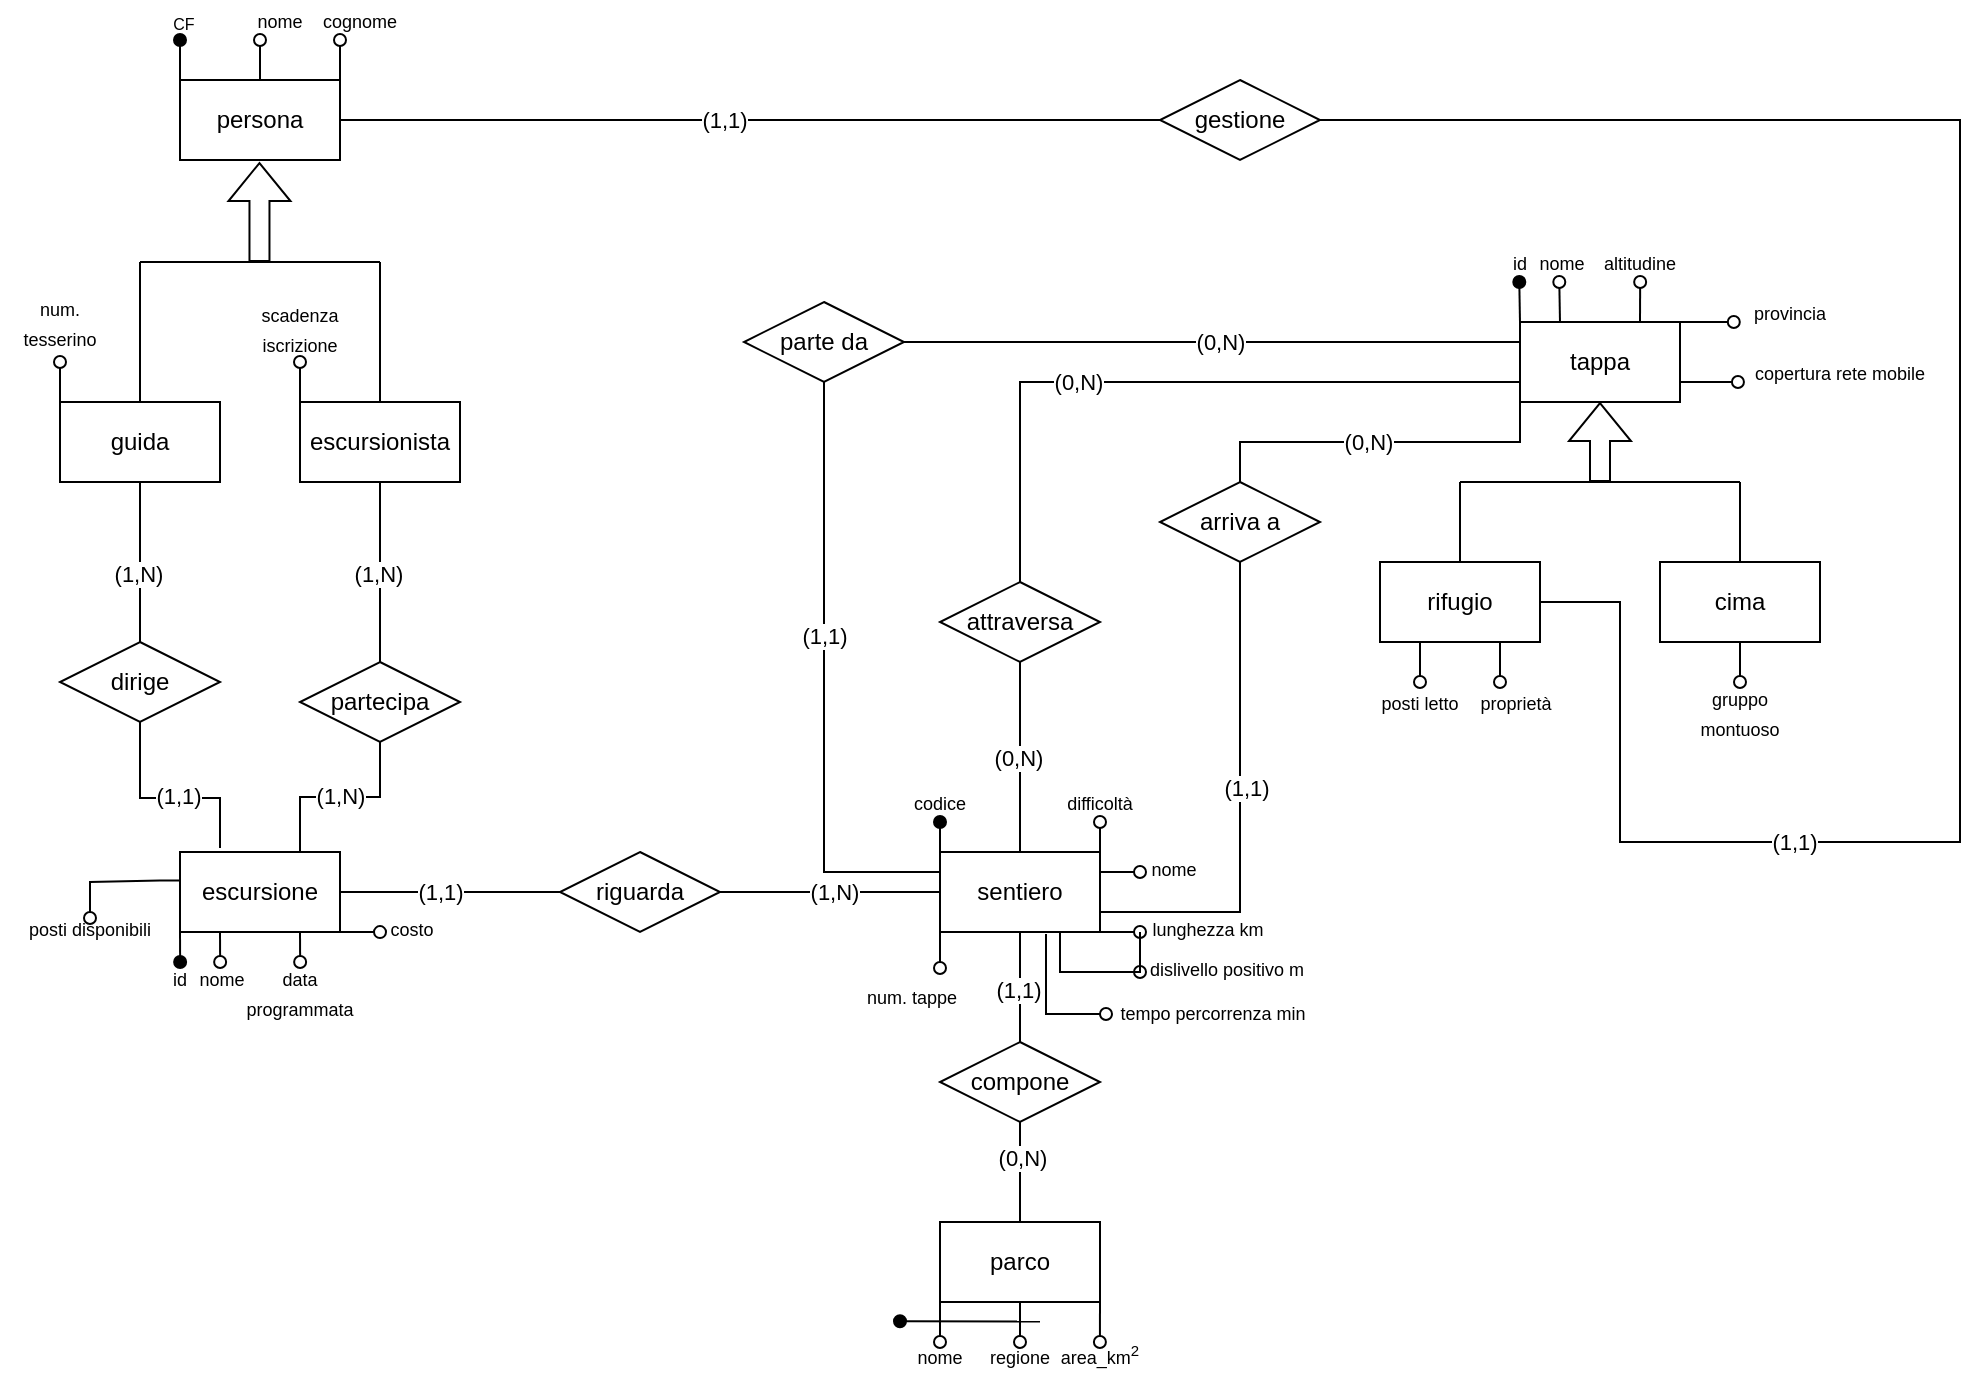
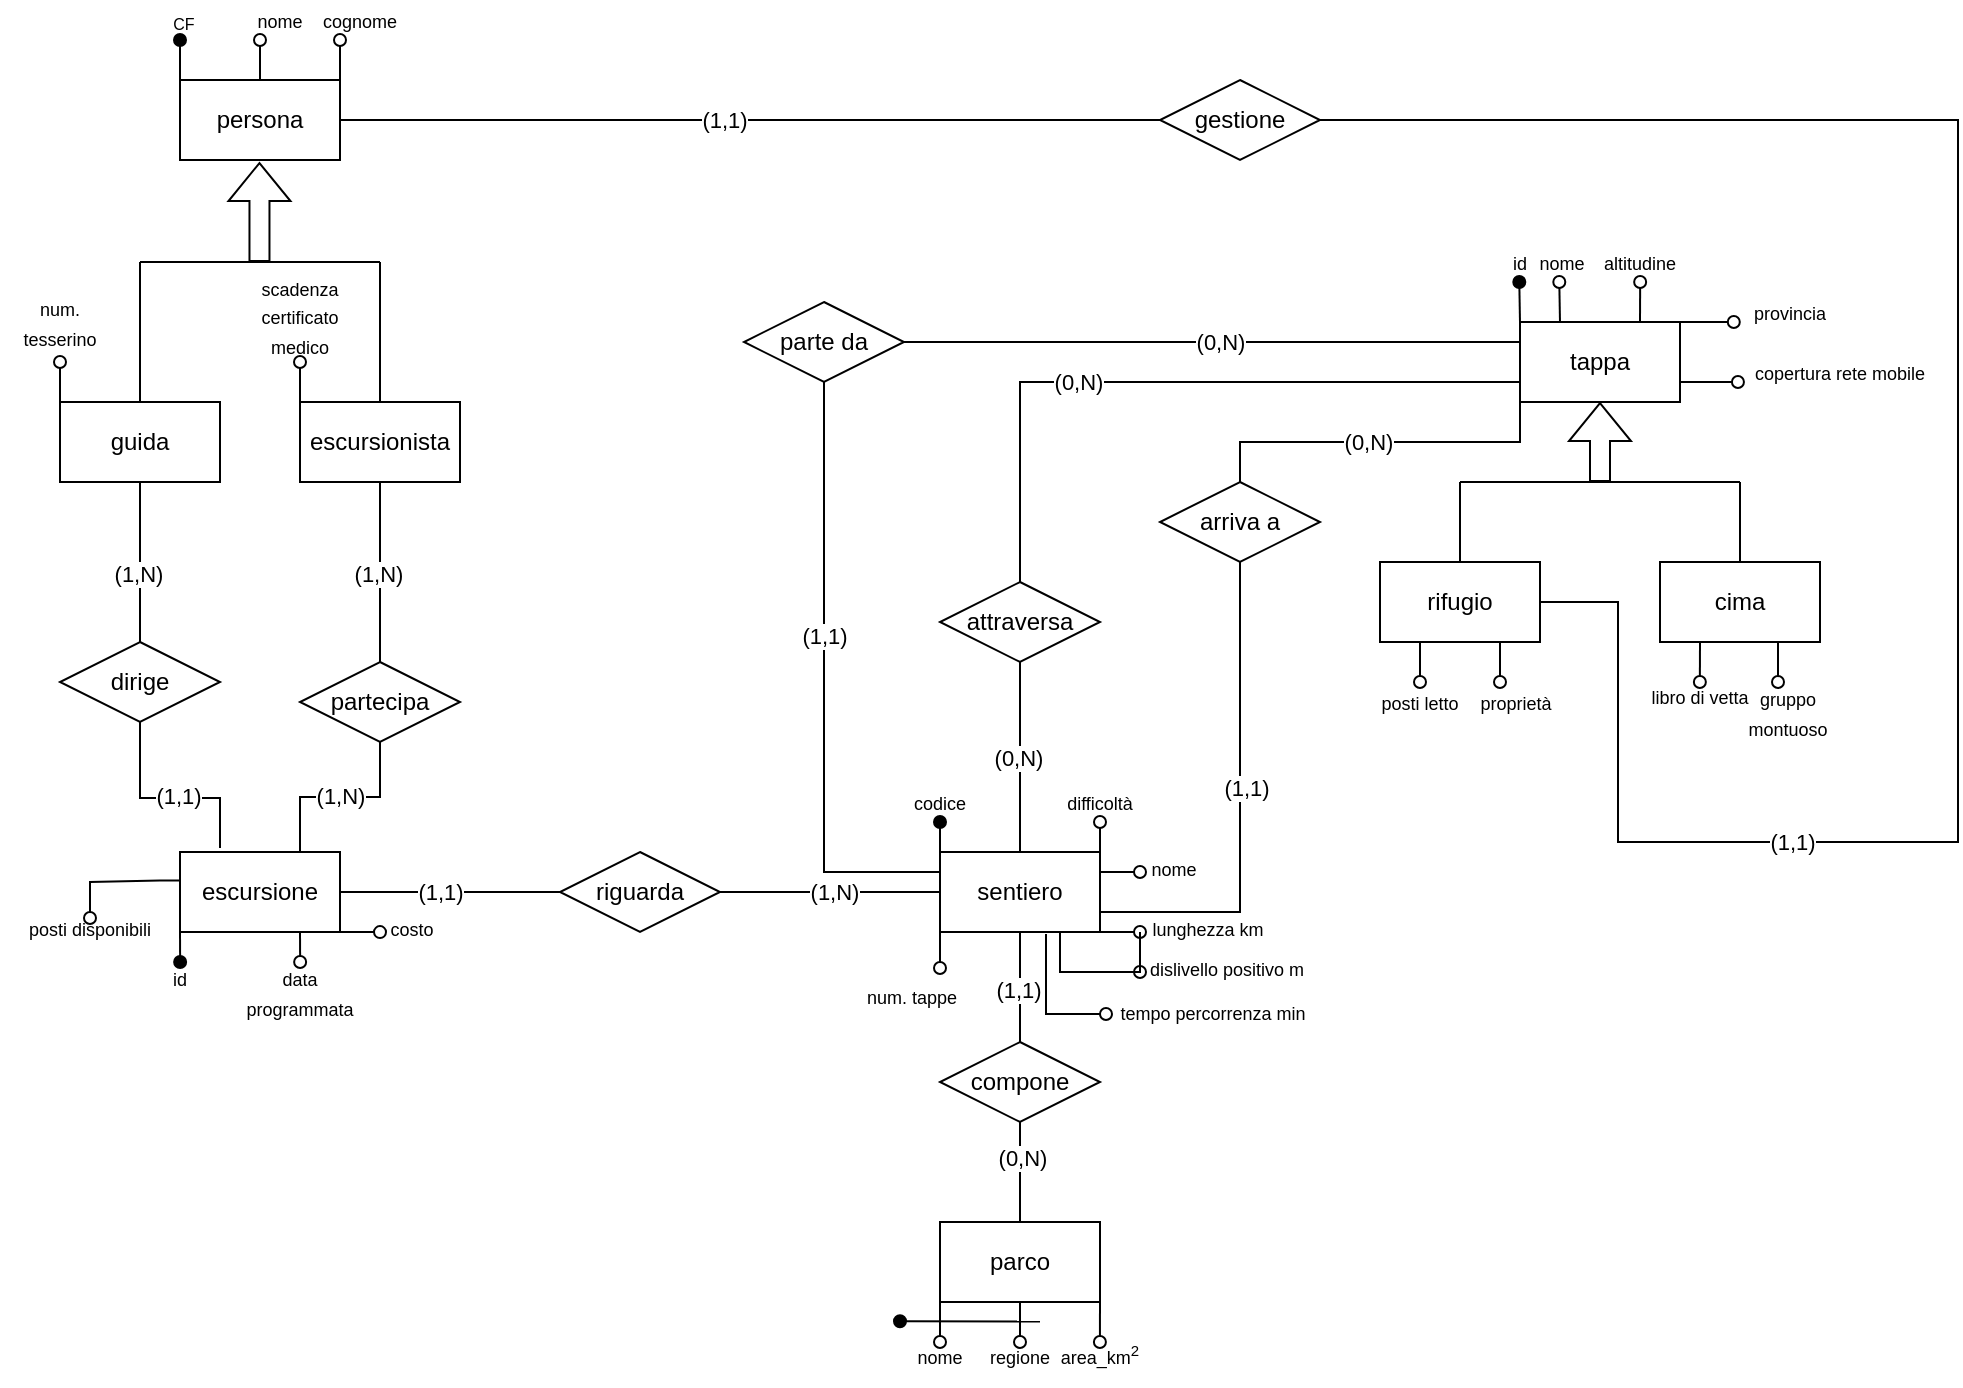
<mxfile host="app.diagrams.net">
  <diagram name="Pagina-1" id="CSESWwrJUxSe0sGHMO1a">
-     <mxGraphModel dx="544" dy="289" grid="1" gridSize="10" guides="1" tooltips="1" connect="1" arrows="1" fold="1" page="1" pageScale="1" pageWidth="827" pageHeight="1169" math="0" shadow="0">
+     <mxGraphModel dx="795" dy="1081" grid="1" gridSize="10" guides="1" tooltips="1" connect="1" arrows="1" fold="1" page="1" pageScale="1" pageWidth="827" pageHeight="1169" math="0" shadow="0">
      <root>
        <mxCell id="0" />
        <mxCell id="1" parent="0" />
-         <mxCell id="9ex2MoeZj6NMNrrvuiw8-4" edge="1" parent="1" source="b_x4sNb3qKZ5kGKKdVE0-2" style="edgeStyle=orthogonalEdgeStyle;rounded=0;orthogonalLoop=1;jettySize=auto;html=1;exitX=1;exitY=0.5;exitDx=0;exitDy=0;entryX=1;entryY=0.5;entryDx=0;entryDy=0;endArrow=none;endFill=0;" target="9ex2MoeZj6NMNrrvuiw8-2">
-           <mxGeometry relative="1" as="geometry">
-             <Array as="points">
-               <mxPoint x="1020" y="219" />
-               <mxPoint x="1020" y="580" />
-               <mxPoint x="850" y="580" />
-               <mxPoint x="850" y="460" />
-             </Array>
+         <mxCell id="9ex2MoeZj6NMNrrvuiw8-4" edge="1" parent="1" style="edgeStyle=orthogonalEdgeStyle;rounded=0;orthogonalLoop=1;jettySize=auto;html=1;exitX=1;exitY=0.5;exitDx=0;exitDy=0;entryX=1;entryY=0.5;entryDx=0;entryDy=0;endArrow=none;endFill=0;">
+           <mxGeometry relative="1" as="geometry">
+             <Array as="points">
+               <mxPoint x="1019" y="219" />
+               <mxPoint x="1019" y="580" />
+               <mxPoint x="849" y="580" />
+               <mxPoint x="849" y="460" />
+             </Array>
+             <mxPoint x="699.0000000000001" y="219" as="sourcePoint" />
+             <mxPoint x="809.0000000000001" y="460" as="targetPoint" />
          </mxGeometry>
        </mxCell>
        <mxCell id="9ex2MoeZj6NMNrrvuiw8-6" connectable="0" parent="9ex2MoeZj6NMNrrvuiw8-4" style="edgeLabel;html=1;align=center;verticalAlign=middle;resizable=0;points=[];" value="(1,1)" vertex="1">
          <mxGeometry relative="1" x="0.5125" as="geometry">
            <mxPoint as="offset" />
          </mxGeometry>
        </mxCell>
        <mxCell id="b_x4sNb3qKZ5kGKKdVE0-2" parent="1" style="rhombus;whiteSpace=wrap;html=1;" value="gestione" vertex="1">
          <mxGeometry height="40" width="80" x="620" y="199" as="geometry" />
        </mxCell>
        <mxCell id="b_x4sNb3qKZ5kGKKdVE0-3" edge="1" parent="1" source="b_x4sNb3qKZ5kGKKdVE0-4" style="endArrow=none;html=1;rounded=0;exitX=1;exitY=0.5;exitDx=0;exitDy=0;entryX=0;entryY=0.5;entryDx=0;entryDy=0;" target="b_x4sNb3qKZ5kGKKdVE0-2" value="">
          <mxGeometry height="50" relative="1" width="50" as="geometry">
            <Array as="points" />
            <mxPoint x="1281" y="679" as="sourcePoint" />
            <mxPoint x="950" y="470" as="targetPoint" />
          </mxGeometry>
        </mxCell>
        <mxCell id="9ex2MoeZj6NMNrrvuiw8-5" connectable="0" parent="b_x4sNb3qKZ5kGKKdVE0-3" style="edgeLabel;html=1;align=center;verticalAlign=middle;resizable=0;points=[];" value="(1,1)" vertex="1">
          <mxGeometry relative="1" x="-0.0661" as="geometry">
            <mxPoint as="offset" />
          </mxGeometry>
        </mxCell>
        <mxCell id="YPSTUEnGd_TaNEYFvyAr-14" edge="1" parent="1" source="b_x4sNb3qKZ5kGKKdVE0-4" style="edgeStyle=orthogonalEdgeStyle;rounded=0;orthogonalLoop=1;jettySize=auto;html=1;exitX=0;exitY=0;exitDx=0;exitDy=0;endArrow=oval;endFill=1;">
          <mxGeometry relative="1" as="geometry">
            <mxPoint x="130" y="179" as="targetPoint" />
          </mxGeometry>
        </mxCell>
        <mxCell id="YPSTUEnGd_TaNEYFvyAr-17" edge="1" parent="1" source="b_x4sNb3qKZ5kGKKdVE0-4" style="edgeStyle=orthogonalEdgeStyle;rounded=0;orthogonalLoop=1;jettySize=auto;html=1;exitX=1;exitY=0;exitDx=0;exitDy=0;endArrow=oval;endFill=0;">
          <mxGeometry relative="1" as="geometry">
            <mxPoint x="210" y="179" as="targetPoint" />
          </mxGeometry>
        </mxCell>
        <mxCell id="YPSTUEnGd_TaNEYFvyAr-18" edge="1" parent="1" source="b_x4sNb3qKZ5kGKKdVE0-4" style="edgeStyle=orthogonalEdgeStyle;rounded=0;orthogonalLoop=1;jettySize=auto;html=1;exitX=0.5;exitY=0;exitDx=0;exitDy=0;endArrow=oval;endFill=0;">
          <mxGeometry relative="1" as="geometry">
            <mxPoint x="170" y="179" as="targetPoint" />
          </mxGeometry>
        </mxCell>
        <mxCell id="b_x4sNb3qKZ5kGKKdVE0-4" parent="1" style="rounded=0;whiteSpace=wrap;html=1;" value="persona" vertex="1">
          <mxGeometry height="40" width="80" x="130" y="199" as="geometry" />
        </mxCell>
        <mxCell id="b_x4sNb3qKZ5kGKKdVE0-25" edge="1" parent="1" source="b_x4sNb3qKZ5kGKKdVE0-9" style="edgeStyle=orthogonalEdgeStyle;rounded=0;orthogonalLoop=1;jettySize=auto;html=1;exitX=0.5;exitY=1;exitDx=0;exitDy=0;entryX=0.5;entryY=0;entryDx=0;entryDy=0;endArrow=none;endFill=0;" target="b_x4sNb3qKZ5kGKKdVE0-22">
          <mxGeometry relative="1" as="geometry" />
        </mxCell>
        <mxCell id="b_x4sNb3qKZ5kGKKdVE0-33" connectable="0" parent="b_x4sNb3qKZ5kGKKdVE0-25" style="edgeLabel;html=1;align=center;verticalAlign=middle;resizable=0;points=[];" value="(1,N)" vertex="1">
          <mxGeometry relative="1" x="-0.055" y="-1" as="geometry">
            <mxPoint y="8" as="offset" />
          </mxGeometry>
        </mxCell>
        <mxCell id="YPSTUEnGd_TaNEYFvyAr-23" edge="1" parent="1" source="b_x4sNb3qKZ5kGKKdVE0-9" style="edgeStyle=orthogonalEdgeStyle;rounded=0;orthogonalLoop=1;jettySize=auto;html=1;exitX=0;exitY=0;exitDx=0;exitDy=0;endArrow=oval;endFill=0;">
          <mxGeometry relative="1" as="geometry">
            <mxPoint x="70" y="340" as="targetPoint" />
          </mxGeometry>
        </mxCell>
        <mxCell id="b_x4sNb3qKZ5kGKKdVE0-9" parent="1" style="rounded=0;whiteSpace=wrap;html=1;" value="guida" vertex="1">
          <mxGeometry height="40" width="80" x="70" y="360" as="geometry" />
        </mxCell>
        <mxCell id="b_x4sNb3qKZ5kGKKdVE0-24" edge="1" parent="1" source="b_x4sNb3qKZ5kGKKdVE0-10" style="edgeStyle=orthogonalEdgeStyle;rounded=0;orthogonalLoop=1;jettySize=auto;html=1;exitX=0.5;exitY=1;exitDx=0;exitDy=0;entryX=0.5;entryY=0;entryDx=0;entryDy=0;endArrow=none;endFill=0;" target="b_x4sNb3qKZ5kGKKdVE0-23">
          <mxGeometry relative="1" as="geometry" />
        </mxCell>
        <mxCell id="b_x4sNb3qKZ5kGKKdVE0-34" connectable="0" parent="b_x4sNb3qKZ5kGKKdVE0-24" style="edgeLabel;html=1;align=center;verticalAlign=middle;resizable=0;points=[];" value="(1,N)" vertex="1">
          <mxGeometry relative="1" x="0.02" y="-1" as="geometry">
            <mxPoint as="offset" />
          </mxGeometry>
        </mxCell>
        <mxCell id="TmGIuRS5Ewl7evkuvUc3-1" edge="1" parent="1" source="b_x4sNb3qKZ5kGKKdVE0-10" style="edgeStyle=orthogonalEdgeStyle;rounded=0;orthogonalLoop=1;jettySize=auto;html=1;exitX=0;exitY=0;exitDx=0;exitDy=0;endArrow=oval;endFill=0;">
          <mxGeometry relative="1" as="geometry">
            <mxPoint x="190" y="340" as="targetPoint" />
          </mxGeometry>
        </mxCell>
        <mxCell id="b_x4sNb3qKZ5kGKKdVE0-10" parent="1" style="rounded=0;whiteSpace=wrap;html=1;" value="escursionista" vertex="1">
          <mxGeometry height="40" width="80" x="190" y="360" as="geometry" />
        </mxCell>
        <mxCell id="b_x4sNb3qKZ5kGKKdVE0-11" edge="1" parent="1" source="b_x4sNb3qKZ5kGKKdVE0-10" style="endArrow=none;html=1;rounded=0;exitX=0.5;exitY=0;exitDx=0;exitDy=0;" value="">
          <mxGeometry height="50" relative="1" width="50" as="geometry">
            <mxPoint x="440" y="590" as="sourcePoint" />
            <mxPoint x="230" y="290" as="targetPoint" />
          </mxGeometry>
        </mxCell>
        <mxCell id="b_x4sNb3qKZ5kGKKdVE0-12" edge="1" parent="1" source="b_x4sNb3qKZ5kGKKdVE0-9" style="endArrow=none;html=1;rounded=0;exitX=0.5;exitY=0;exitDx=0;exitDy=0;" value="">
          <mxGeometry height="50" relative="1" width="50" as="geometry">
            <mxPoint x="440" y="590" as="sourcePoint" />
            <mxPoint x="110" y="290" as="targetPoint" />
          </mxGeometry>
        </mxCell>
        <mxCell id="b_x4sNb3qKZ5kGKKdVE0-30" edge="1" parent="1" style="edgeStyle=orthogonalEdgeStyle;rounded=0;orthogonalLoop=1;jettySize=auto;html=1;exitX=0.5;exitY=1;exitDx=0;exitDy=0;entryX=0.25;entryY=0;entryDx=0;entryDy=0;endArrow=none;endFill=0;">
          <mxGeometry relative="1" as="geometry">
            <Array as="points">
              <mxPoint x="110" y="558" />
              <mxPoint x="150" y="558" />
            </Array>
            <mxPoint x="110" y="518" as="sourcePoint" />
            <mxPoint x="150" y="583" as="targetPoint" />
          </mxGeometry>
        </mxCell>
        <mxCell id="b_x4sNb3qKZ5kGKKdVE0-32" connectable="0" parent="b_x4sNb3qKZ5kGKKdVE0-30" style="edgeLabel;html=1;align=center;verticalAlign=middle;resizable=0;points=[];" value="(1,1)" vertex="1">
          <mxGeometry relative="1" x="0.0467" y="1" as="geometry">
            <mxPoint x="4" as="offset" />
          </mxGeometry>
        </mxCell>
        <mxCell id="b_x4sNb3qKZ5kGKKdVE0-22" parent="1" style="rhombus;whiteSpace=wrap;html=1;" value="dirige" vertex="1">
          <mxGeometry height="40" width="80" x="70" y="480" as="geometry" />
        </mxCell>
        <mxCell id="b_x4sNb3qKZ5kGKKdVE0-29" edge="1" parent="1" source="b_x4sNb3qKZ5kGKKdVE0-23" style="edgeStyle=orthogonalEdgeStyle;rounded=0;orthogonalLoop=1;jettySize=auto;html=1;exitX=0.5;exitY=1;exitDx=0;exitDy=0;entryX=0.75;entryY=0;entryDx=0;entryDy=0;endArrow=none;endFill=0;" target="b_x4sNb3qKZ5kGKKdVE0-27">
          <mxGeometry relative="1" as="geometry">
            <mxPoint x="340" y="560" as="targetPoint" />
          </mxGeometry>
        </mxCell>
        <mxCell id="b_x4sNb3qKZ5kGKKdVE0-31" connectable="0" parent="b_x4sNb3qKZ5kGKKdVE0-29" style="edgeLabel;html=1;align=center;verticalAlign=middle;resizable=0;points=[];" value="(1,N)" vertex="1">
          <mxGeometry relative="1" x="-0.0467" y="-1" as="geometry">
            <mxPoint x="-2" as="offset" />
          </mxGeometry>
        </mxCell>
        <mxCell id="b_x4sNb3qKZ5kGKKdVE0-23" parent="1" style="rhombus;whiteSpace=wrap;html=1;" value="partecipa" vertex="1">
          <mxGeometry height="40" width="80" x="190" y="490" as="geometry" />
        </mxCell>
        <mxCell id="b_x4sNb3qKZ5kGKKdVE0-37" edge="1" parent="1" source="b_x4sNb3qKZ5kGKKdVE0-27" style="edgeStyle=orthogonalEdgeStyle;rounded=0;orthogonalLoop=1;jettySize=auto;html=1;exitX=1;exitY=0.5;exitDx=0;exitDy=0;entryX=0;entryY=0.5;entryDx=0;entryDy=0;endArrow=none;endFill=0;" target="b_x4sNb3qKZ5kGKKdVE0-36">
          <mxGeometry relative="1" as="geometry" />
        </mxCell>
        <mxCell id="b_x4sNb3qKZ5kGKKdVE0-38" connectable="0" parent="b_x4sNb3qKZ5kGKKdVE0-37" style="edgeLabel;html=1;align=center;verticalAlign=middle;resizable=0;points=[];" value="(1,1)" vertex="1">
          <mxGeometry relative="1" x="-0.0986" as="geometry">
            <mxPoint as="offset" />
          </mxGeometry>
        </mxCell>
        <mxCell id="YPSTUEnGd_TaNEYFvyAr-58" edge="1" parent="1" source="b_x4sNb3qKZ5kGKKdVE0-27" style="edgeStyle=orthogonalEdgeStyle;rounded=0;orthogonalLoop=1;jettySize=auto;html=1;exitX=0;exitY=1;exitDx=0;exitDy=0;endArrow=oval;endFill=1;">
          <mxGeometry relative="1" as="geometry">
            <mxPoint x="130.07228915662648" y="640" as="targetPoint" />
          </mxGeometry>
        </mxCell>
-         <mxCell id="YPSTUEnGd_TaNEYFvyAr-60" edge="1" parent="1" source="b_x4sNb3qKZ5kGKKdVE0-27" style="edgeStyle=orthogonalEdgeStyle;rounded=0;orthogonalLoop=1;jettySize=auto;html=1;exitX=0.25;exitY=1;exitDx=0;exitDy=0;endArrow=oval;endFill=0;">
-           <mxGeometry relative="1" as="geometry">
-             <mxPoint x="150.07228915662648" y="640" as="targetPoint" />
-           </mxGeometry>
-         </mxCell>
        <mxCell id="YPSTUEnGd_TaNEYFvyAr-62" edge="1" parent="1" source="b_x4sNb3qKZ5kGKKdVE0-27" style="edgeStyle=orthogonalEdgeStyle;rounded=0;orthogonalLoop=1;jettySize=auto;html=1;exitX=0.75;exitY=1;exitDx=0;exitDy=0;endArrow=oval;endFill=0;">
          <mxGeometry relative="1" as="geometry">
            <mxPoint x="190.07228915662648" y="640" as="targetPoint" />
          </mxGeometry>
        </mxCell>
        <mxCell id="YPSTUEnGd_TaNEYFvyAr-64" edge="1" parent="1" source="b_x4sNb3qKZ5kGKKdVE0-27" style="edgeStyle=orthogonalEdgeStyle;rounded=0;orthogonalLoop=1;jettySize=auto;html=1;exitX=1;exitY=1;exitDx=0;exitDy=0;endArrow=oval;endFill=0;">
          <mxGeometry relative="1" as="geometry">
            <mxPoint x="230" y="625.0481927710842" as="targetPoint" />
          </mxGeometry>
        </mxCell>
        <mxCell id="b_x4sNb3qKZ5kGKKdVE0-27" parent="1" style="rounded=0;whiteSpace=wrap;html=1;" value="escursione" vertex="1">
          <mxGeometry height="40" width="80" x="130" y="585" as="geometry" />
        </mxCell>
        <mxCell id="b_x4sNb3qKZ5kGKKdVE0-45" edge="1" parent="1" source="b_x4sNb3qKZ5kGKKdVE0-35" style="edgeStyle=orthogonalEdgeStyle;rounded=0;orthogonalLoop=1;jettySize=auto;html=1;endArrow=none;endFill=0;" target="b_x4sNb3qKZ5kGKKdVE0-43" value="">
          <mxGeometry relative="1" as="geometry" />
        </mxCell>
        <mxCell id="b_x4sNb3qKZ5kGKKdVE0-47" connectable="0" parent="b_x4sNb3qKZ5kGKKdVE0-45" style="edgeLabel;html=1;align=center;verticalAlign=middle;resizable=0;points=[];" value="(0,N)" vertex="1">
          <mxGeometry relative="1" x="0.005" y="1" as="geometry">
            <mxPoint as="offset" />
          </mxGeometry>
        </mxCell>
        <mxCell id="YPSTUEnGd_TaNEYFvyAr-37" edge="1" parent="1" source="b_x4sNb3qKZ5kGKKdVE0-35" style="edgeStyle=orthogonalEdgeStyle;rounded=0;orthogonalLoop=1;jettySize=auto;html=1;exitX=0;exitY=0;exitDx=0;exitDy=0;endArrow=oval;endFill=1;">
          <mxGeometry relative="1" as="geometry">
            <mxPoint x="510" y="570" as="targetPoint" />
          </mxGeometry>
        </mxCell>
        <mxCell id="YPSTUEnGd_TaNEYFvyAr-39" edge="1" parent="1" source="b_x4sNb3qKZ5kGKKdVE0-35" style="edgeStyle=orthogonalEdgeStyle;rounded=0;orthogonalLoop=1;jettySize=auto;html=1;exitX=1;exitY=0;exitDx=0;exitDy=0;endArrow=oval;endFill=0;">
          <mxGeometry relative="1" as="geometry">
            <mxPoint x="590" y="570" as="targetPoint" />
          </mxGeometry>
        </mxCell>
        <mxCell id="YPSTUEnGd_TaNEYFvyAr-41" edge="1" parent="1" source="b_x4sNb3qKZ5kGKKdVE0-35" style="edgeStyle=orthogonalEdgeStyle;rounded=0;orthogonalLoop=1;jettySize=auto;html=1;exitX=1;exitY=0.25;exitDx=0;exitDy=0;endArrow=oval;endFill=0;">
          <mxGeometry relative="1" as="geometry">
            <mxPoint x="610" y="595" as="targetPoint" />
          </mxGeometry>
        </mxCell>
        <mxCell id="YPSTUEnGd_TaNEYFvyAr-43" edge="1" parent="1" source="b_x4sNb3qKZ5kGKKdVE0-35" style="edgeStyle=orthogonalEdgeStyle;rounded=0;orthogonalLoop=1;jettySize=auto;html=1;exitX=1;exitY=1;exitDx=0;exitDy=0;endArrow=oval;endFill=0;">
          <mxGeometry relative="1" as="geometry">
            <mxPoint x="610" y="625" as="targetPoint" />
          </mxGeometry>
        </mxCell>
        <mxCell id="YPSTUEnGd_TaNEYFvyAr-46" edge="1" parent="1" source="b_x4sNb3qKZ5kGKKdVE0-35" style="edgeStyle=orthogonalEdgeStyle;rounded=0;orthogonalLoop=1;jettySize=auto;html=1;exitX=0.75;exitY=1;exitDx=0;exitDy=0;endArrow=oval;endFill=0;">
          <mxGeometry relative="1" as="geometry">
            <mxPoint x="610" y="645" as="targetPoint" />
          </mxGeometry>
        </mxCell>
        <mxCell id="YPSTUEnGd_TaNEYFvyAr-71" edge="1" parent="1" source="b_x4sNb3qKZ5kGKKdVE0-35" style="edgeStyle=orthogonalEdgeStyle;rounded=0;orthogonalLoop=1;jettySize=auto;html=1;exitX=0;exitY=1;exitDx=0;exitDy=0;endArrow=oval;endFill=0;">
          <mxGeometry relative="1" as="geometry">
            <mxPoint x="510" y="618" as="sourcePoint" />
            <mxPoint x="510" y="643" as="targetPoint" />
          </mxGeometry>
        </mxCell>
        <mxCell id="YPSTUEnGd_TaNEYFvyAr-73" edge="1" parent="1" source="b_x4sNb3qKZ5kGKKdVE0-35" style="edgeStyle=orthogonalEdgeStyle;rounded=0;orthogonalLoop=1;jettySize=auto;html=1;exitX=0;exitY=0.25;exitDx=0;exitDy=0;endArrow=none;endFill=0;entryX=0.5;entryY=1;entryDx=0;entryDy=0;" target="YPSTUEnGd_TaNEYFvyAr-74">
          <mxGeometry relative="1" as="geometry">
            <mxPoint x="440" y="330" as="targetPoint" />
          </mxGeometry>
        </mxCell>
        <mxCell id="YPSTUEnGd_TaNEYFvyAr-76" connectable="0" parent="YPSTUEnGd_TaNEYFvyAr-73" style="edgeLabel;html=1;align=center;verticalAlign=middle;resizable=0;points=[];" value="(1,1)" vertex="1">
          <mxGeometry relative="1" x="0.1627" as="geometry">
            <mxPoint as="offset" />
          </mxGeometry>
        </mxCell>
        <mxCell id="YPSTUEnGd_TaNEYFvyAr-78" edge="1" parent="1" source="b_x4sNb3qKZ5kGKKdVE0-35" style="edgeStyle=orthogonalEdgeStyle;rounded=0;orthogonalLoop=1;jettySize=auto;html=1;exitX=1;exitY=0.75;exitDx=0;exitDy=0;entryX=0.5;entryY=1;entryDx=0;entryDy=0;endArrow=none;endFill=0;" target="YPSTUEnGd_TaNEYFvyAr-79">
          <mxGeometry relative="1" as="geometry">
            <mxPoint x="1100" y="615" as="targetPoint" />
          </mxGeometry>
        </mxCell>
        <mxCell id="YPSTUEnGd_TaNEYFvyAr-80" connectable="0" parent="YPSTUEnGd_TaNEYFvyAr-78" style="edgeLabel;html=1;align=center;verticalAlign=middle;resizable=0;points=[];" value="(1,1)" vertex="1">
          <mxGeometry relative="1" x="0.0624" y="-3" as="geometry">
            <mxPoint y="-2" as="offset" />
          </mxGeometry>
        </mxCell>
        <mxCell id="b_x4sNb3qKZ5kGKKdVE0-35" parent="1" style="rounded=0;whiteSpace=wrap;html=1;" value="sentiero" vertex="1">
          <mxGeometry height="40" width="80" x="510" y="585" as="geometry" />
        </mxCell>
        <mxCell id="b_x4sNb3qKZ5kGKKdVE0-39" edge="1" parent="1" source="b_x4sNb3qKZ5kGKKdVE0-36" style="edgeStyle=orthogonalEdgeStyle;rounded=0;orthogonalLoop=1;jettySize=auto;html=1;exitX=1;exitY=0.5;exitDx=0;exitDy=0;entryX=0;entryY=0.5;entryDx=0;entryDy=0;endArrow=none;endFill=0;" target="b_x4sNb3qKZ5kGKKdVE0-35">
          <mxGeometry relative="1" as="geometry" />
        </mxCell>
        <mxCell id="b_x4sNb3qKZ5kGKKdVE0-42" connectable="0" parent="b_x4sNb3qKZ5kGKKdVE0-39" style="edgeLabel;html=1;align=center;verticalAlign=middle;resizable=0;points=[];" value="(1,N)" vertex="1">
          <mxGeometry relative="1" x="0.0405" as="geometry">
            <mxPoint as="offset" />
          </mxGeometry>
        </mxCell>
        <mxCell id="b_x4sNb3qKZ5kGKKdVE0-36" parent="1" style="rhombus;whiteSpace=wrap;html=1;" value="riguarda" vertex="1">
          <mxGeometry height="40" width="80" x="320" y="585" as="geometry" />
        </mxCell>
        <mxCell id="b_x4sNb3qKZ5kGKKdVE0-46" edge="1" parent="1" source="b_x4sNb3qKZ5kGKKdVE0-43" style="edgeStyle=orthogonalEdgeStyle;rounded=0;orthogonalLoop=1;jettySize=auto;html=1;exitX=0.5;exitY=0;exitDx=0;exitDy=0;entryX=0;entryY=0.75;entryDx=0;entryDy=0;endArrow=none;endFill=0;" target="b_x4sNb3qKZ5kGKKdVE0-44">
          <mxGeometry relative="1" as="geometry" />
        </mxCell>
        <mxCell id="b_x4sNb3qKZ5kGKKdVE0-48" connectable="0" parent="b_x4sNb3qKZ5kGKKdVE0-46" style="edgeLabel;html=1;align=center;verticalAlign=middle;resizable=0;points=[];" value="(0,N)" vertex="1">
          <mxGeometry relative="1" x="-0.2644" as="geometry">
            <mxPoint as="offset" />
          </mxGeometry>
        </mxCell>
        <mxCell id="b_x4sNb3qKZ5kGKKdVE0-43" parent="1" style="rhombus;whiteSpace=wrap;html=1;" value="attraversa" vertex="1">
          <mxGeometry height="40" width="80" x="510" y="450" as="geometry" />
        </mxCell>
        <mxCell id="YPSTUEnGd_TaNEYFvyAr-48" edge="1" parent="1" source="b_x4sNb3qKZ5kGKKdVE0-44" style="edgeStyle=orthogonalEdgeStyle;rounded=0;orthogonalLoop=1;jettySize=auto;html=1;exitX=0;exitY=0;exitDx=0;exitDy=0;endArrow=oval;endFill=1;">
          <mxGeometry relative="1" as="geometry">
            <mxPoint x="799.6521739130435" y="300" as="targetPoint" />
          </mxGeometry>
        </mxCell>
        <mxCell id="YPSTUEnGd_TaNEYFvyAr-49" edge="1" parent="1" source="b_x4sNb3qKZ5kGKKdVE0-44" style="edgeStyle=orthogonalEdgeStyle;rounded=0;orthogonalLoop=1;jettySize=auto;html=1;exitX=0.25;exitY=0;exitDx=0;exitDy=0;endArrow=oval;endFill=0;">
          <mxGeometry relative="1" as="geometry">
            <mxPoint x="819.6521739130435" y="300" as="targetPoint" />
          </mxGeometry>
        </mxCell>
        <mxCell id="YPSTUEnGd_TaNEYFvyAr-52" edge="1" parent="1" source="b_x4sNb3qKZ5kGKKdVE0-44" style="edgeStyle=orthogonalEdgeStyle;rounded=0;orthogonalLoop=1;jettySize=auto;html=1;exitX=0.75;exitY=0;exitDx=0;exitDy=0;endArrow=oval;endFill=0;">
          <mxGeometry relative="1" as="geometry">
            <mxPoint x="860.0808080808081" y="300" as="targetPoint" />
          </mxGeometry>
        </mxCell>
        <mxCell id="YPSTUEnGd_TaNEYFvyAr-81" edge="1" parent="1" source="b_x4sNb3qKZ5kGKKdVE0-44" style="edgeStyle=orthogonalEdgeStyle;rounded=0;orthogonalLoop=1;jettySize=auto;html=1;exitX=0;exitY=1;exitDx=0;exitDy=0;endArrow=none;endFill=0;" target="YPSTUEnGd_TaNEYFvyAr-79">
          <mxGeometry relative="1" as="geometry" />
        </mxCell>
        <mxCell id="YPSTUEnGd_TaNEYFvyAr-82" connectable="0" parent="YPSTUEnGd_TaNEYFvyAr-81" style="edgeLabel;html=1;align=center;verticalAlign=middle;resizable=0;points=[];" value="(0,N)" vertex="1">
          <mxGeometry relative="1" x="0.0662" as="geometry">
            <mxPoint as="offset" />
          </mxGeometry>
        </mxCell>
        <mxCell id="b_x4sNb3qKZ5kGKKdVE0-44" parent="1" style="rounded=0;whiteSpace=wrap;html=1;" value="tappa" vertex="1">
          <mxGeometry height="40" width="80" x="800" y="320" as="geometry" />
        </mxCell>
        <mxCell id="b_x4sNb3qKZ5kGKKdVE0-50" edge="1" parent="1" style="shape=flexArrow;endArrow=classic;html=1;rounded=0;entryX=0.5;entryY=1;entryDx=0;entryDy=0;fillColor=#FFFFFF;" target="b_x4sNb3qKZ5kGKKdVE0-44" value="">
          <mxGeometry height="50" relative="1" width="50" as="geometry">
            <mxPoint x="840" y="400" as="sourcePoint" />
            <mxPoint x="870" y="380" as="targetPoint" />
          </mxGeometry>
        </mxCell>
        <mxCell id="b_x4sNb3qKZ5kGKKdVE0-51" edge="1" parent="1" style="endArrow=none;html=1;rounded=0;" value="">
          <mxGeometry height="50" relative="1" width="50" as="geometry">
            <Array as="points">
              <mxPoint x="845" y="400" />
            </Array>
            <mxPoint x="770" y="400" as="sourcePoint" />
            <mxPoint x="910" y="400" as="targetPoint" />
          </mxGeometry>
        </mxCell>
        <mxCell id="b_x4sNb3qKZ5kGKKdVE0-53" edge="1" parent="1" style="endArrow=none;html=1;rounded=0;exitX=0.5;exitY=0;exitDx=0;exitDy=0;" value="">
          <mxGeometry height="50" relative="1" width="50" as="geometry">
            <mxPoint x="770" y="440" as="sourcePoint" />
            <mxPoint x="770" y="400" as="targetPoint" />
          </mxGeometry>
        </mxCell>
        <mxCell id="b_x4sNb3qKZ5kGKKdVE0-54" edge="1" parent="1" source="b_x4sNb3qKZ5kGKKdVE0-62" style="endArrow=none;html=1;rounded=0;exitX=0.5;exitY=0;exitDx=0;exitDy=0;" value="">
          <mxGeometry height="50" relative="1" width="50" as="geometry">
            <mxPoint x="850" y="440" as="sourcePoint" />
            <mxPoint x="910" y="400" as="targetPoint" />
          </mxGeometry>
        </mxCell>
-         <mxCell id="YPSTUEnGd_TaNEYFvyAr-35" edge="1" parent="1" source="b_x4sNb3qKZ5kGKKdVE0-62" style="edgeStyle=orthogonalEdgeStyle;rounded=0;orthogonalLoop=1;jettySize=auto;html=1;exitX=0.5;exitY=1;exitDx=0;exitDy=0;endArrow=oval;endFill=0;">
-           <mxGeometry relative="1" as="geometry">
-             <mxPoint x="910" y="500" as="targetPoint" />
+         <mxCell id="YPSTUEnGd_TaNEYFvyAr-35" edge="1" parent="1" style="edgeStyle=orthogonalEdgeStyle;rounded=0;orthogonalLoop=1;jettySize=auto;html=1;exitX=0.5;exitY=1;exitDx=0;exitDy=0;endArrow=oval;endFill=0;">
+           <mxGeometry relative="1" as="geometry">
+             <mxPoint x="929" y="480" as="sourcePoint" />
+             <mxPoint x="929" y="500" as="targetPoint" />
+           </mxGeometry>
+         </mxCell>
+         <mxCell id="DuqvcHwNcsmjir74ujeu-3" edge="1" parent="1" source="b_x4sNb3qKZ5kGKKdVE0-62" style="edgeStyle=orthogonalEdgeStyle;rounded=0;orthogonalLoop=1;jettySize=auto;html=1;exitX=0.25;exitY=1;exitDx=0;exitDy=0;endArrow=oval;endFill=0;">
+           <mxGeometry relative="1" as="geometry">
+             <mxPoint x="889.9354838709678" y="500" as="targetPoint" />
          </mxGeometry>
        </mxCell>
        <mxCell id="b_x4sNb3qKZ5kGKKdVE0-62" parent="1" style="rounded=0;whiteSpace=wrap;html=1;" value="cima" vertex="1">
          <mxGeometry height="40" width="80" x="870" y="440" as="geometry" />
        </mxCell>
        <mxCell id="YPSTUEnGd_TaNEYFvyAr-29" edge="1" parent="1" source="b_x4sNb3qKZ5kGKKdVE0-64" style="edgeStyle=orthogonalEdgeStyle;rounded=0;orthogonalLoop=1;jettySize=auto;html=1;exitX=0;exitY=1;exitDx=0;exitDy=0;endArrow=oval;endFill=0;">
          <mxGeometry relative="1" as="geometry">
            <mxPoint x="510" y="830" as="targetPoint" />
          </mxGeometry>
        </mxCell>
        <mxCell id="YPSTUEnGd_TaNEYFvyAr-31" edge="1" parent="1" source="b_x4sNb3qKZ5kGKKdVE0-64" style="edgeStyle=orthogonalEdgeStyle;rounded=0;orthogonalLoop=1;jettySize=auto;html=1;exitX=0.5;exitY=1;exitDx=0;exitDy=0;endArrow=oval;endFill=0;">
          <mxGeometry relative="1" as="geometry">
            <mxPoint x="550" y="830" as="targetPoint" />
          </mxGeometry>
        </mxCell>
        <mxCell id="DuqvcHwNcsmjir74ujeu-1" edge="1" parent="1" source="b_x4sNb3qKZ5kGKKdVE0-64" style="edgeStyle=orthogonalEdgeStyle;rounded=0;orthogonalLoop=1;jettySize=auto;html=1;exitX=1;exitY=1;exitDx=0;exitDy=0;endArrow=oval;endFill=0;">
          <mxGeometry relative="1" as="geometry">
            <mxPoint x="589.953488372093" y="830" as="targetPoint" />
          </mxGeometry>
        </mxCell>
        <mxCell id="b_x4sNb3qKZ5kGKKdVE0-64" parent="1" style="rounded=0;whiteSpace=wrap;html=1;" value="parco" vertex="1">
          <mxGeometry height="40" width="80" x="510" y="770" as="geometry" />
        </mxCell>
        <mxCell id="b_x4sNb3qKZ5kGKKdVE0-67" edge="1" parent="1" source="b_x4sNb3qKZ5kGKKdVE0-66" style="edgeStyle=orthogonalEdgeStyle;rounded=0;orthogonalLoop=1;jettySize=auto;html=1;exitX=0.5;exitY=1;exitDx=0;exitDy=0;entryX=0.5;entryY=0;entryDx=0;entryDy=0;endArrow=none;endFill=0;" target="b_x4sNb3qKZ5kGKKdVE0-64">
          <mxGeometry relative="1" as="geometry" />
        </mxCell>
        <mxCell id="b_x4sNb3qKZ5kGKKdVE0-71" connectable="0" parent="b_x4sNb3qKZ5kGKKdVE0-67" style="edgeLabel;html=1;align=center;verticalAlign=middle;resizable=0;points=[];" value="(0,N)" vertex="1">
          <mxGeometry relative="1" x="-0.2999" y="1" as="geometry">
            <mxPoint as="offset" />
          </mxGeometry>
        </mxCell>
        <mxCell id="b_x4sNb3qKZ5kGKKdVE0-68" edge="1" parent="1" source="b_x4sNb3qKZ5kGKKdVE0-66" style="edgeStyle=orthogonalEdgeStyle;rounded=0;orthogonalLoop=1;jettySize=auto;html=1;exitX=0.5;exitY=0;exitDx=0;exitDy=0;entryX=0.5;entryY=1;entryDx=0;entryDy=0;endArrow=none;endFill=0;" target="b_x4sNb3qKZ5kGKKdVE0-35">
          <mxGeometry relative="1" as="geometry" />
        </mxCell>
        <mxCell id="b_x4sNb3qKZ5kGKKdVE0-69" connectable="0" parent="b_x4sNb3qKZ5kGKKdVE0-68" style="edgeLabel;html=1;align=center;verticalAlign=middle;resizable=0;points=[];" value="(1,1)" vertex="1">
          <mxGeometry relative="1" x="-0.0572" y="2" as="geometry">
            <mxPoint x="1" as="offset" />
          </mxGeometry>
        </mxCell>
        <mxCell id="b_x4sNb3qKZ5kGKKdVE0-66" parent="1" style="rhombus;whiteSpace=wrap;html=1;" value="compone" vertex="1">
          <mxGeometry height="40" width="80" x="510" y="680" as="geometry" />
        </mxCell>
        <mxCell id="YPSTUEnGd_TaNEYFvyAr-15" parent="1" style="text;html=1;whiteSpace=wrap;strokeColor=none;fillColor=none;align=center;verticalAlign=middle;rounded=0;fontSize=8;" value="CF" vertex="1">
          <mxGeometry height="20" width="40" x="112" y="160.5" as="geometry" />
        </mxCell>
        <mxCell id="YPSTUEnGd_TaNEYFvyAr-19" parent="1" style="text;html=1;whiteSpace=wrap;strokeColor=none;fillColor=none;align=center;verticalAlign=middle;rounded=0;" value="&lt;font style=&quot;font-size: 9px;&quot;&gt;nome&lt;/font&gt;" vertex="1">
          <mxGeometry height="20" width="40" x="160" y="159" as="geometry" />
        </mxCell>
        <mxCell id="YPSTUEnGd_TaNEYFvyAr-20" parent="1" style="text;html=1;whiteSpace=wrap;strokeColor=none;fillColor=none;align=center;verticalAlign=middle;rounded=0;" value="&lt;font style=&quot;font-size: 9px;&quot;&gt;cognome&lt;/font&gt;" vertex="1">
          <mxGeometry height="15" width="40" x="200" y="161.5" as="geometry" />
        </mxCell>
        <mxCell id="YPSTUEnGd_TaNEYFvyAr-24" parent="1" style="text;html=1;whiteSpace=wrap;strokeColor=none;fillColor=none;align=center;verticalAlign=middle;rounded=0;" value="&lt;font style=&quot;font-size: 9px;&quot;&gt;num. tesserino&lt;/font&gt;" vertex="1">
          <mxGeometry height="20" width="60" x="40" y="310" as="geometry" />
        </mxCell>
        <mxCell id="YPSTUEnGd_TaNEYFvyAr-30" parent="1" style="text;html=1;whiteSpace=wrap;strokeColor=none;fillColor=none;align=center;verticalAlign=middle;rounded=0;" value="&lt;font style=&quot;font-size: 9px;&quot;&gt;nome&lt;/font&gt;" vertex="1">
          <mxGeometry height="30" width="60" x="480" y="822" as="geometry" />
        </mxCell>
        <mxCell id="YPSTUEnGd_TaNEYFvyAr-32" parent="1" style="text;html=1;whiteSpace=wrap;strokeColor=none;fillColor=none;align=center;verticalAlign=middle;rounded=0;" value="&lt;font style=&quot;font-size: 9px;&quot;&gt;regione&lt;/font&gt;" vertex="1">
          <mxGeometry height="30" width="60" x="520" y="822" as="geometry" />
        </mxCell>
        <mxCell id="YPSTUEnGd_TaNEYFvyAr-34" edge="1" parent="1" style="endArrow=none;html=1;rounded=0;startArrow=oval;startFill=1;" value="">
          <mxGeometry height="50" relative="1" width="50" as="geometry">
            <mxPoint x="490" y="819.5999999999999" as="sourcePoint" />
            <mxPoint x="560" y="819.8" as="targetPoint" />
          </mxGeometry>
        </mxCell>
        <mxCell id="YPSTUEnGd_TaNEYFvyAr-36" parent="1" style="text;html=1;whiteSpace=wrap;strokeColor=none;fillColor=none;align=center;verticalAlign=middle;rounded=0;" value="&lt;font style=&quot;font-size: 9px;&quot;&gt;gruppo montuoso&lt;/font&gt;" vertex="1">
-           <mxGeometry height="30" width="60" x="880" y="500" as="geometry" />
+           <mxGeometry height="30" width="60" x="904" y="500" as="geometry" />
        </mxCell>
        <mxCell id="YPSTUEnGd_TaNEYFvyAr-38" parent="1" style="text;html=1;whiteSpace=wrap;strokeColor=none;fillColor=none;align=center;verticalAlign=middle;rounded=0;" value="&lt;font style=&quot;font-size: 9px;&quot;&gt;codice&lt;/font&gt;" vertex="1">
          <mxGeometry height="20" width="40" x="490" y="550" as="geometry" />
        </mxCell>
        <mxCell id="YPSTUEnGd_TaNEYFvyAr-40" parent="1" style="text;html=1;whiteSpace=wrap;strokeColor=none;fillColor=none;align=center;verticalAlign=middle;rounded=0;" value="&lt;font style=&quot;font-size: 9px;&quot;&gt;difficoltà&lt;/font&gt;" vertex="1">
          <mxGeometry height="20" width="60" x="560" y="550" as="geometry" />
        </mxCell>
        <mxCell id="YPSTUEnGd_TaNEYFvyAr-42" parent="1" style="text;html=1;whiteSpace=wrap;strokeColor=none;fillColor=none;align=center;verticalAlign=middle;rounded=0;" value="&lt;font style=&quot;font-size: 9px;&quot;&gt;nome&lt;/font&gt;" vertex="1">
          <mxGeometry height="20" width="40" x="607" y="583" as="geometry" />
        </mxCell>
        <mxCell id="YPSTUEnGd_TaNEYFvyAr-44" parent="1" style="text;html=1;whiteSpace=wrap;strokeColor=none;fillColor=none;align=center;verticalAlign=middle;rounded=0;" value="&lt;font style=&quot;font-size: 9px;&quot;&gt;lunghezza km&lt;/font&gt;" vertex="1">
          <mxGeometry height="20" width="60" x="614" y="613" as="geometry" />
        </mxCell>
        <mxCell id="YPSTUEnGd_TaNEYFvyAr-47" parent="1" style="text;html=1;whiteSpace=wrap;strokeColor=none;fillColor=none;align=center;verticalAlign=middle;rounded=0;" value="&lt;font style=&quot;font-size: 9px;&quot;&gt;dislivello positivo m&lt;/font&gt;" vertex="1">
          <mxGeometry height="30" width="93" x="607" y="628" as="geometry" />
        </mxCell>
        <mxCell id="YPSTUEnGd_TaNEYFvyAr-50" parent="1" style="text;html=1;whiteSpace=wrap;strokeColor=none;fillColor=none;align=center;verticalAlign=middle;rounded=0;" value="&lt;font style=&quot;font-size: 9px;&quot;&gt;id&lt;/font&gt;" vertex="1">
          <mxGeometry height="30" width="20" x="790" y="275" as="geometry" />
        </mxCell>
        <mxCell id="YPSTUEnGd_TaNEYFvyAr-51" parent="1" style="text;html=1;whiteSpace=wrap;strokeColor=none;fillColor=none;align=center;verticalAlign=middle;rounded=0;" value="&lt;font style=&quot;font-size: 9px;&quot;&gt;nome&lt;/font&gt;" vertex="1">
          <mxGeometry height="30" width="30" x="806" y="275" as="geometry" />
        </mxCell>
        <mxCell id="YPSTUEnGd_TaNEYFvyAr-53" parent="1" style="text;html=1;whiteSpace=wrap;strokeColor=none;fillColor=none;align=center;verticalAlign=middle;rounded=0;" value="&lt;font style=&quot;font-size: 9px;&quot;&gt;altitudine&lt;/font&gt;" vertex="1">
          <mxGeometry height="30" width="40" x="840" y="275" as="geometry" />
        </mxCell>
        <mxCell id="YPSTUEnGd_TaNEYFvyAr-59" parent="1" style="text;html=1;whiteSpace=wrap;strokeColor=none;fillColor=none;align=center;verticalAlign=middle;rounded=0;" value="&lt;font style=&quot;font-size: 9px;&quot;&gt;id&lt;/font&gt;" vertex="1">
          <mxGeometry height="20" width="30" x="115" y="638" as="geometry" />
-         </mxCell>
-         <mxCell id="YPSTUEnGd_TaNEYFvyAr-61" parent="1" style="text;html=1;whiteSpace=wrap;strokeColor=none;fillColor=none;align=center;verticalAlign=middle;rounded=0;" value="&lt;font style=&quot;font-size: 9px;&quot;&gt;nome&lt;/font&gt;" vertex="1">
-           <mxGeometry height="10" width="30" x="136" y="643" as="geometry" />
        </mxCell>
        <mxCell id="YPSTUEnGd_TaNEYFvyAr-63" parent="1" style="text;html=1;whiteSpace=wrap;strokeColor=none;fillColor=none;align=center;verticalAlign=middle;rounded=0;" value="&lt;font style=&quot;font-size: 9px;&quot;&gt;data programmata&lt;/font&gt;" vertex="1">
          <mxGeometry height="30" width="60" x="160" y="640" as="geometry" />
        </mxCell>
        <mxCell id="YPSTUEnGd_TaNEYFvyAr-65" parent="1" style="text;html=1;whiteSpace=wrap;strokeColor=none;fillColor=none;align=center;verticalAlign=middle;rounded=0;" value="&lt;font style=&quot;font-size: 9px;&quot;&gt;costo&lt;/font&gt;" vertex="1">
          <mxGeometry height="10" width="30" x="231" y="618" as="geometry" />
        </mxCell>
        <mxCell id="YPSTUEnGd_TaNEYFvyAr-72" parent="1" style="text;html=1;whiteSpace=wrap;strokeColor=none;fillColor=none;align=center;verticalAlign=middle;rounded=0;" value="&lt;font style=&quot;font-size: 9px;&quot;&gt;num. tappe&lt;/font&gt;" vertex="1">
          <mxGeometry height="30" width="72" x="460" y="642" as="geometry" />
        </mxCell>
        <mxCell id="YPSTUEnGd_TaNEYFvyAr-75" edge="1" parent="1" source="YPSTUEnGd_TaNEYFvyAr-74" style="edgeStyle=orthogonalEdgeStyle;rounded=0;orthogonalLoop=1;jettySize=auto;html=1;exitX=1;exitY=0.5;exitDx=0;exitDy=0;entryX=0;entryY=0.25;entryDx=0;entryDy=0;endArrow=none;endFill=0;" target="b_x4sNb3qKZ5kGKKdVE0-44">
          <mxGeometry relative="1" as="geometry">
            <Array as="points">
              <mxPoint x="492" y="330" />
            </Array>
          </mxGeometry>
        </mxCell>
        <mxCell id="YPSTUEnGd_TaNEYFvyAr-77" connectable="0" parent="YPSTUEnGd_TaNEYFvyAr-75" style="edgeLabel;html=1;align=center;verticalAlign=middle;resizable=0;points=[];" value="(0,N)" vertex="1">
          <mxGeometry relative="1" x="0.0243" y="2" as="geometry">
            <mxPoint y="2" as="offset" />
          </mxGeometry>
        </mxCell>
        <mxCell id="YPSTUEnGd_TaNEYFvyAr-74" parent="1" style="rhombus;whiteSpace=wrap;html=1;" value="parte da" vertex="1">
          <mxGeometry height="40" width="80" x="412" y="310" as="geometry" />
        </mxCell>
        <mxCell id="YPSTUEnGd_TaNEYFvyAr-79" parent="1" style="rhombus;whiteSpace=wrap;html=1;" value="arriva a" vertex="1">
          <mxGeometry height="40" width="80" x="620" y="400" as="geometry" />
        </mxCell>
-         <mxCell id="TmGIuRS5Ewl7evkuvUc3-2" parent="1" style="text;html=1;whiteSpace=wrap;strokeColor=none;fillColor=none;align=center;verticalAlign=middle;rounded=0;" value="&lt;font style=&quot;font-size: 9px;&quot;&gt;scadenza iscrizione&lt;/font&gt;" vertex="1">
-           <mxGeometry height="30" width="60" x="160" y="308" as="geometry" />
+         <mxCell id="TmGIuRS5Ewl7evkuvUc3-2" parent="1" style="text;html=1;whiteSpace=wrap;strokeColor=none;fillColor=none;align=center;verticalAlign=middle;rounded=0;" value="&lt;span style=&quot;font-size: 9px;&quot;&gt;scadenza certificato medico&lt;/span&gt;" vertex="1">
+           <mxGeometry height="30" width="60" x="160" y="302" as="geometry" />
        </mxCell>
        <mxCell id="n91QIHONcMxpmpJ6UqX4-1" edge="1" parent="1" style="endArrow=none;html=1;rounded=0;" value="">
          <mxGeometry height="50" relative="1" width="50" as="geometry">
            <mxPoint x="110" y="290" as="sourcePoint" />
            <mxPoint x="230" y="290" as="targetPoint" />
          </mxGeometry>
        </mxCell>
        <mxCell id="n91QIHONcMxpmpJ6UqX4-2" edge="1" parent="1" style="shape=flexArrow;endArrow=classic;html=1;rounded=0;" value="">
          <mxGeometry height="50" relative="1" width="50" as="geometry">
            <mxPoint x="169.74" y="290" as="sourcePoint" />
            <mxPoint x="169.74" y="240" as="targetPoint" />
          </mxGeometry>
        </mxCell>
        <mxCell id="9ex2MoeZj6NMNrrvuiw8-1" edge="1" parent="1" source="9ex2MoeZj6NMNrrvuiw8-2" style="edgeStyle=orthogonalEdgeStyle;rounded=0;orthogonalLoop=1;jettySize=auto;html=1;exitX=0.25;exitY=1;exitDx=0;exitDy=0;endArrow=oval;endFill=0;">
          <mxGeometry relative="1" as="geometry">
            <Array as="points">
              <mxPoint x="750" y="500" />
            </Array>
            <mxPoint x="750" y="500" as="targetPoint" />
          </mxGeometry>
        </mxCell>
        <mxCell id="9ex2MoeZj6NMNrrvuiw8-2" parent="1" style="rounded=0;whiteSpace=wrap;html=1;" value="rifugio" vertex="1">
          <mxGeometry height="40" width="80" x="730" y="440" as="geometry" />
        </mxCell>
        <mxCell id="9ex2MoeZj6NMNrrvuiw8-3" parent="1" style="text;html=1;whiteSpace=wrap;strokeColor=none;fillColor=none;align=center;verticalAlign=middle;rounded=0;" value="&lt;font style=&quot;font-size: 9px;&quot;&gt;posti letto&lt;/font&gt;" vertex="1">
          <mxGeometry height="30" width="44" x="728" y="495" as="geometry" />
        </mxCell>
        <mxCell id="19XzXskaSc288fOatu7A-1" edge="1" parent="1" source="b_x4sNb3qKZ5kGKKdVE0-44" style="edgeStyle=orthogonalEdgeStyle;rounded=0;orthogonalLoop=1;jettySize=auto;html=1;endArrow=oval;endFill=0;exitX=1;exitY=0;exitDx=0;exitDy=0;entryX=-0.063;entryY=0.661;entryDx=0;entryDy=0;entryPerimeter=0;" target="19XzXskaSc288fOatu7A-2">
          <mxGeometry relative="1" as="geometry">
            <Array as="points" />
            <mxPoint x="880" y="320" as="sourcePoint" />
            <mxPoint x="900" y="320" as="targetPoint" />
          </mxGeometry>
        </mxCell>
        <mxCell id="19XzXskaSc288fOatu7A-2" parent="1" style="text;html=1;whiteSpace=wrap;strokeColor=none;fillColor=none;align=center;verticalAlign=middle;rounded=0;" value="&lt;font style=&quot;font-size: 9px;&quot;&gt;provincia&lt;/font&gt;" vertex="1">
          <mxGeometry height="30" width="50" x="910" y="300" as="geometry" />
        </mxCell>
        <mxCell id="19XzXskaSc288fOatu7A-3" edge="1" parent="1" source="b_x4sNb3qKZ5kGKKdVE0-44" style="edgeStyle=orthogonalEdgeStyle;rounded=0;orthogonalLoop=1;jettySize=auto;html=1;endArrow=oval;endFill=0;exitX=1;exitY=0.75;exitDx=0;exitDy=0;">
          <mxGeometry relative="1" as="geometry">
            <Array as="points" />
            <mxPoint x="880" y="350" as="sourcePoint" />
            <mxPoint x="908.97" y="350" as="targetPoint" />
          </mxGeometry>
        </mxCell>
        <mxCell id="19XzXskaSc288fOatu7A-4" parent="1" style="text;html=1;whiteSpace=wrap;strokeColor=none;fillColor=none;align=center;verticalAlign=middle;rounded=0;" value="&lt;font style=&quot;font-size: 9px;&quot;&gt;copertura rete mobile&lt;/font&gt;" vertex="1">
          <mxGeometry height="30" width="100" x="910" y="330" as="geometry" />
        </mxCell>
        <mxCell id="19XzXskaSc288fOatu7A-9" edge="1" parent="1" source="9ex2MoeZj6NMNrrvuiw8-2" style="edgeStyle=orthogonalEdgeStyle;rounded=0;orthogonalLoop=1;jettySize=auto;html=1;endArrow=oval;endFill=0;exitX=0.75;exitY=1;exitDx=0;exitDy=0;">
          <mxGeometry relative="1" as="geometry">
            <Array as="points">
              <mxPoint x="790" y="490" />
              <mxPoint x="790" y="490" />
            </Array>
            <mxPoint x="810" y="485" as="sourcePoint" />
            <mxPoint x="790" y="500" as="targetPoint" />
          </mxGeometry>
        </mxCell>
        <mxCell id="19XzXskaSc288fOatu7A-10" parent="1" style="text;html=1;whiteSpace=wrap;strokeColor=none;fillColor=none;align=center;verticalAlign=middle;rounded=0;" value="&lt;font style=&quot;font-size: 9px;&quot;&gt;proprietà&lt;/font&gt;" vertex="1">
          <mxGeometry height="30" width="44" x="776" y="495" as="geometry" />
        </mxCell>
        <mxCell id="19XzXskaSc288fOatu7A-11" parent="1" style="text;html=1;whiteSpace=wrap;strokeColor=none;fillColor=none;align=center;verticalAlign=middle;rounded=0;" value="&lt;font style=&quot;font-size: 9px;&quot;&gt;tempo percorrenza min&lt;/font&gt;" vertex="1">
          <mxGeometry height="30" width="102.5" x="594.5" y="650" as="geometry" />
        </mxCell>
        <mxCell id="19XzXskaSc288fOatu7A-17" parent="1" style="text;html=1;whiteSpace=wrap;strokeColor=none;fillColor=none;align=center;verticalAlign=middle;rounded=0;" value="&lt;font style=&quot;font-size: 9px;&quot;&gt;posti disponibili&lt;/font&gt;" vertex="1">
          <mxGeometry height="10" width="70" x="50" y="618" as="geometry" />
        </mxCell>
        <mxCell id="19XzXskaSc288fOatu7A-18" edge="1" parent="1" style="edgeStyle=orthogonalEdgeStyle;rounded=0;orthogonalLoop=1;jettySize=auto;html=1;exitX=0.003;exitY=0.401;exitDx=0;exitDy=0;endArrow=oval;endFill=0;exitPerimeter=0;" target="19XzXskaSc288fOatu7A-17">
          <mxGeometry relative="1" as="geometry">
            <Array as="points">
              <mxPoint x="120" y="599" />
              <mxPoint x="85" y="600" />
            </Array>
            <mxPoint x="130.17000000000002" y="599.29" as="sourcePoint" />
            <mxPoint x="100.00228915662649" y="610.75" as="targetPoint" />
          </mxGeometry>
        </mxCell>
        <mxCell id="xFyseQMVidZFVaPVRV-m-2" edge="1" parent="1" style="endArrow=none;html=1;rounded=0;entryX=0.625;entryY=1.125;entryDx=0;entryDy=0;entryPerimeter=0;endFill=0;startArrow=oval;startFill=0;" value="">
          <mxGeometry height="50" relative="1" width="50" as="geometry">
            <Array as="points">
              <mxPoint x="563" y="666" />
            </Array>
            <mxPoint x="593" y="666" as="sourcePoint" />
            <mxPoint x="563" y="626" as="targetPoint" />
          </mxGeometry>
        </mxCell>
        <mxCell id="DuqvcHwNcsmjir74ujeu-2" parent="1" style="text;html=1;whiteSpace=wrap;strokeColor=none;fillColor=none;align=center;verticalAlign=middle;rounded=0;" value="&lt;font style=&quot;font-size: 9px;&quot;&gt;area_km&lt;sup&gt;2&lt;/sup&gt;&lt;/font&gt;" vertex="1">
          <mxGeometry height="30" width="60" x="560" y="822" as="geometry" />
+         </mxCell>
+         <mxCell id="DuqvcHwNcsmjir74ujeu-4" parent="1" style="text;html=1;whiteSpace=wrap;strokeColor=none;fillColor=none;align=center;verticalAlign=middle;rounded=0;" value="&lt;font style=&quot;font-size: 9px;&quot;&gt;libro di vetta&lt;/font&gt;" vertex="1">
+           <mxGeometry height="30" width="60" x="860" y="492" as="geometry" />
        </mxCell>
      </root>
    </mxGraphModel>
  </diagram>
</mxfile>
